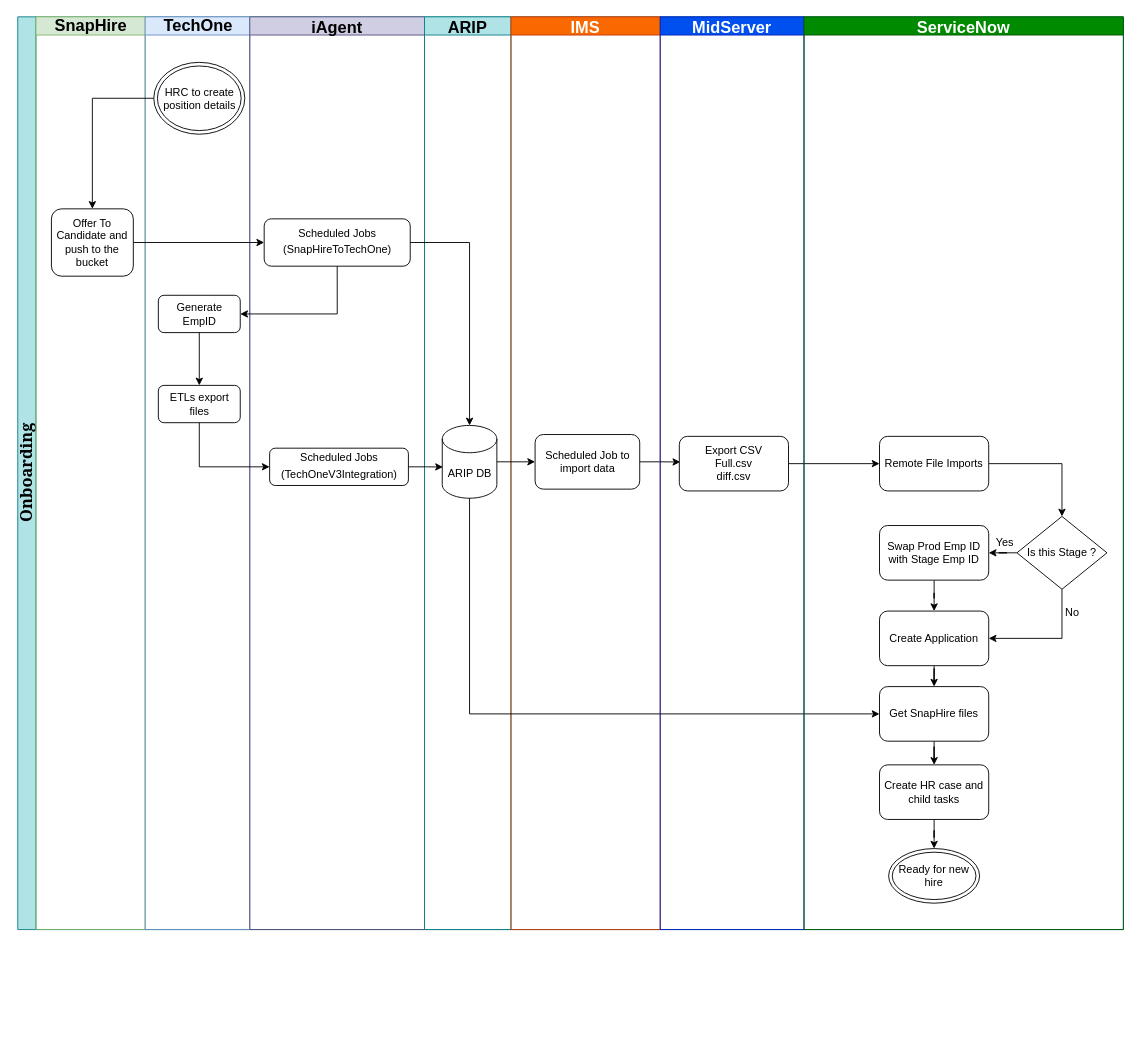
The draw.io diagram Untitled Diagram.drawio in andrep2208/helloworld, before the edit. Source tidied: cells renumbered, new cells numbered last; positions are measured from the earlier drawing's top-left corner, leaving out a move shared by most shapes. Both pictures are drawn from the tidied source at 91%, with x=0, y=0 at pixel (17, 16).
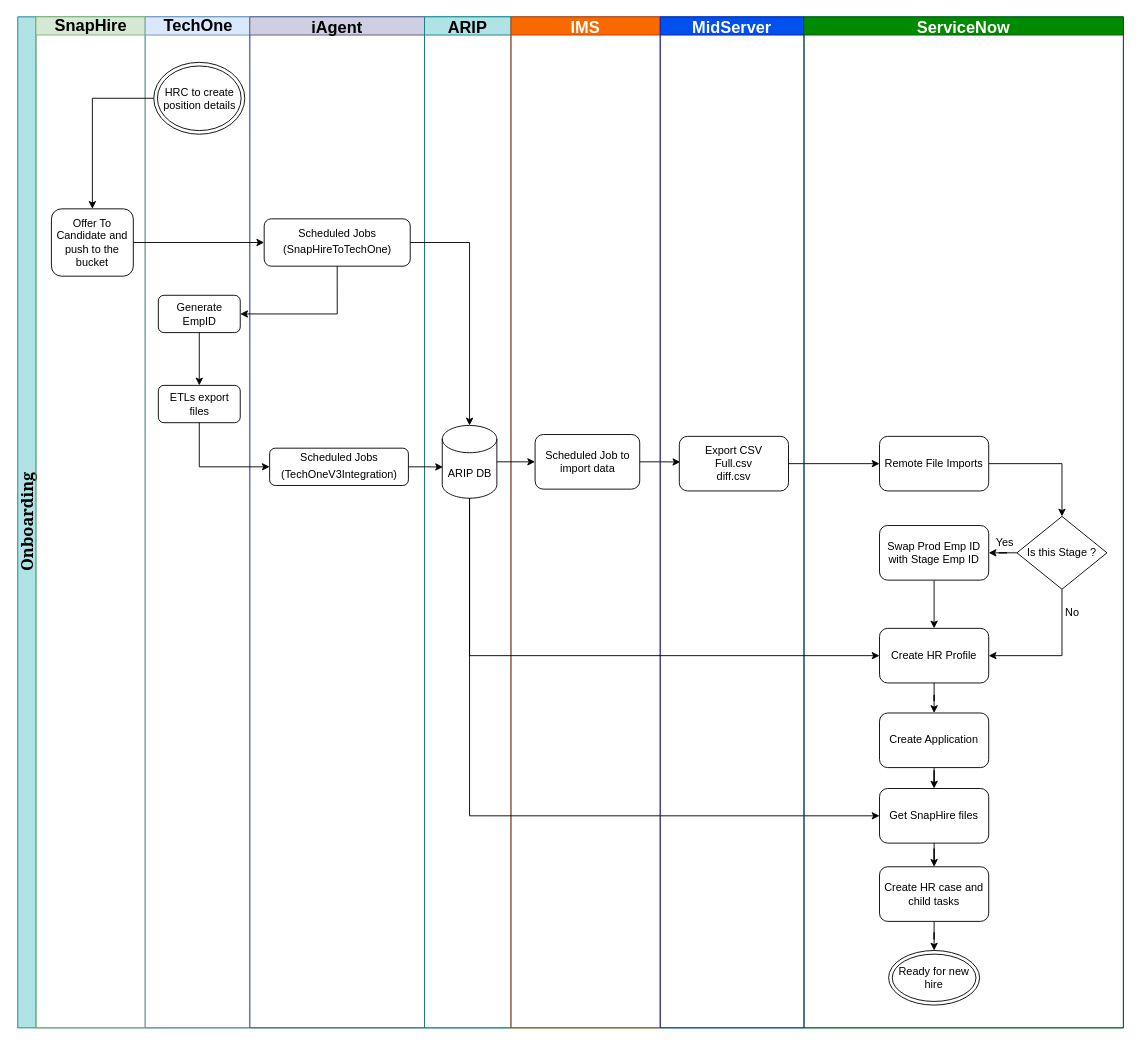
After the change.

Unchanged cells that the change refers to:
```xml
<mxCell id="14" value="ARIP DB" style="shape=cylinder3;whiteSpace=wrap;html=1;boundedLbl=1;backgroundOutline=1;size=15;" parent="13" vertex="1">
  <mxGeometry x="19.5" y="449" width="60" height="80" as="geometry" />
</mxCell>
<mxCell id="39" value="Is this Stage ?" style="rhombus;whiteSpace=wrap;html=1;" parent="28" vertex="1">
  <mxGeometry x="234" y="549" width="99" height="80" as="geometry" />
</mxCell>
<mxCell id="41" value="Swap Prod Emp ID with Stage Emp ID" style="rounded=1;whiteSpace=wrap;html=1;" parent="28" vertex="1">
  <mxGeometry x="83" y="559" width="120" height="60" as="geometry" />
</mxCell>
```

The edit, as a diff of the source:
```diff
@@
     <mxCell id="2" value="Onboarding" style="swimlane;html=1;startSize=20;horizontal=0;fillColor=#b0e3e6;strokeColor=#0e8088;fontSize=18;fontFamily=Georgia;" parent="1" vertex="1">
-      <mxGeometry width="1215" height="1003" as="geometry" />
+      <mxGeometry width="1215" height="1111" as="geometry" />
     </mxCell>
     <mxCell id="3" value="SnapHire" style="swimlane;html=1;startSize=20;fillColor=#d5e8d4;strokeColor=#82b366;fontSize=18;" parent="2" vertex="1">
-      <mxGeometry x="20" width="120" height="1003" as="geometry" />
+      <mxGeometry x="20" width="120" height="1111" as="geometry" />
     </mxCell>
@@
     <mxCell id="5" value="TechOne" style="swimlane;html=1;startSize=20;fillColor=#dae8fc;strokeColor=#6c8ebf;fontSize=18;" parent="2" vertex="1">
-      <mxGeometry x="140" width="115" height="1003" as="geometry" />
+      <mxGeometry x="140" width="115" height="1111" as="geometry" />
     </mxCell>
@@
     <mxCell id="10" value="iAgent" style="swimlane;startSize=20;fontSize=18;fillColor=#d0cee2;strokeColor=#56517e;" parent="2" vertex="1">
-      <mxGeometry x="255" width="192" height="1003" as="geometry" />
+      <mxGeometry x="255" width="192" height="1111" as="geometry" />
     </mxCell>
@@
     <mxCell id="13" value="ARIP" style="swimlane;startSize=20;fontSize=18;fillColor=#b0e3e6;strokeColor=#0e8088;" parent="2" vertex="1">
-      <mxGeometry x="447" width="95" height="1003" as="geometry" />
+      <mxGeometry x="447" width="95" height="1111" as="geometry" />
     </mxCell>
@@
     <mxCell id="15" value="IMS" style="swimlane;startSize=20;fillColor=#fa6800;strokeColor=#C73500;fontSize=18;fontColor=#ffffff;" parent="2" vertex="1">
-      <mxGeometry x="542" width="164" height="1003" as="geometry" />
+      <mxGeometry x="542" width="164" height="1111" as="geometry" />
     </mxCell>
@@
     <mxCell id="26" value="MidServer" style="swimlane;startSize=20;fillColor=#0050ef;strokeColor=#001DBC;fontColor=#ffffff;fontSize=18;" parent="2" vertex="1">
-      <mxGeometry x="706" width="158" height="1003" as="geometry" />
+      <mxGeometry x="706" width="158" height="1111" as="geometry" />
     </mxCell>
@@
     <mxCell id="28" value="ServiceNow" style="swimlane;startSize=20;fillColor=#008a00;strokeColor=#005700;fontColor=#ffffff;fontSize=18;" parent="2" vertex="1">
-      <mxGeometry x="864" width="351" height="1003" as="geometry" />
+      <mxGeometry x="864" width="351" height="1111" as="geometry" />
     </mxCell>
@@
     <mxCell id="32" value="Get SnapHire files" style="rounded=1;whiteSpace=wrap;html=1;" parent="28" vertex="1">
-      <mxGeometry x="83" y="736" width="120" height="60" as="geometry" />
+      <mxGeometry x="83" y="848" width="120" height="60" as="geometry" />
     </mxCell>
@@
     <mxCell id="34" value="Create Application" style="rounded=1;whiteSpace=wrap;html=1;" parent="28" vertex="1">
-      <mxGeometry x="83" y="653" width="120" height="60" as="geometry" />
+      <mxGeometry x="83" y="765" width="120" height="60" as="geometry" />
     </mxCell>
@@
     <mxCell id="36" value="Create HR case and child tasks" style="rounded=1;whiteSpace=wrap;html=1;" parent="28" vertex="1">
-      <mxGeometry x="83" y="822" width="120" height="60" as="geometry" />
+      <mxGeometry x="83" y="934" width="120" height="60" as="geometry" />
     </mxCell>
-    <mxCell id="37" style="edgeStyle=orthogonalEdgeStyle;rounded=0;jettySize=auto;html=1;entryX=1;entryY=0.5;entryDx=0;entryDy=0;exitX=0.5;exitY=1;exitDx=0;exitDy=0;" parent="28" edge="1" source="39" target="34">
-      <mxGeometry relative="1" as="geometry" />
-    </mxCell>
@@
+    <mxCell id="46" style="edgeStyle=orthogonalEdgeStyle;rounded=0;jettySize=auto;html=1;exitX=0.5;exitY=1;exitDx=0;exitDy=0;entryX=1;entryY=0.5;entryDx=0;entryDy=0;" parent="28" edge="1" source="39" target="49">
+      <mxGeometry relative="1" as="geometry" />
+    </mxCell>
@@
-    <mxCell id="40" style="edgeStyle=orthogonalEdgeStyle;rounded=0;jettySize=auto;html=1;fontFamily=Georgia;" parent="28" edge="1" source="41" target="34">
-      <mxGeometry relative="1" as="geometry" />
-    </mxCell>
+    <mxCell id="47" style="edgeStyle=orthogonalEdgeStyle;rounded=0;jettySize=auto;html=1;entryX=0.5;entryY=0;entryDx=0;entryDy=0;" parent="28" edge="1" source="41" target="49">
+      <mxGeometry relative="1" as="geometry" />
+    </mxCell>
@@
     <mxCell id="44" value="Ready for new hire" style="ellipse;shape=doubleEllipse;whiteSpace=wrap;html=1;" parent="28" vertex="1">
-      <mxGeometry x="93" y="914" width="100" height="60" as="geometry" />
+      <mxGeometry x="93" y="1026" width="100" height="60" as="geometry" />
     </mxCell>
+    <mxCell id="48" style="edgeStyle=orthogonalEdgeStyle;rounded=0;jettySize=auto;html=1;entryX=0.5;entryY=0;entryDx=0;entryDy=0;" parent="28" edge="1" source="49" target="34">
+      <mxGeometry relative="1" as="geometry" />
+    </mxCell>
+    <mxCell id="49" value="Create HR Profile" style="rounded=1;whiteSpace=wrap;html=1;" parent="28" vertex="1">
+      <mxGeometry x="83" y="672" width="120" height="60" as="geometry" />
+    </mxCell>
@@
+    <mxCell id="50" style="edgeStyle=orthogonalEdgeStyle;rounded=0;jettySize=auto;html=1;exitX=0.5;exitY=1;exitDx=0;exitDy=0;exitPerimeter=0;entryX=0;entryY=0.5;entryDx=0;entryDy=0;" parent="2" edge="1" source="14" target="49">
+      <mxGeometry relative="1" as="geometry" />
+    </mxCell>
```
